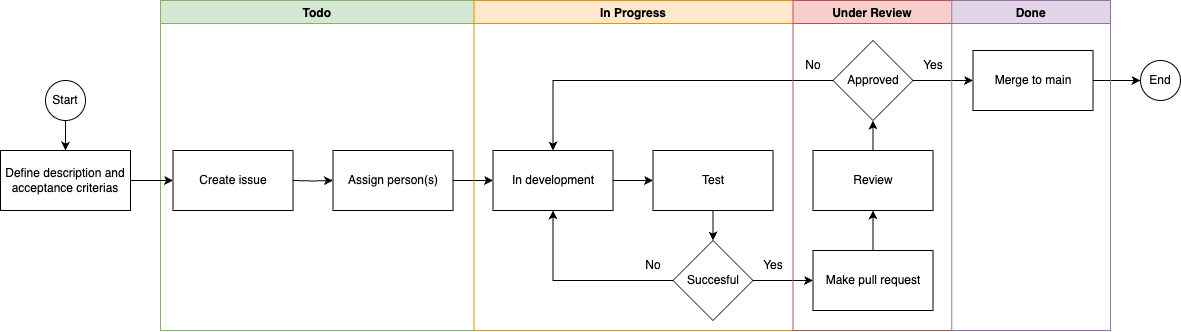
Before: docs/images/ProjectBoard.png, a diagram exported from draw.io (ITU-BDSA2024-GROUP2/Chirp). Source tidied: cells renumbered, new cells last; positions are measured from the earlier drawing's top-left corner, leaving out a move shared by most shapes.
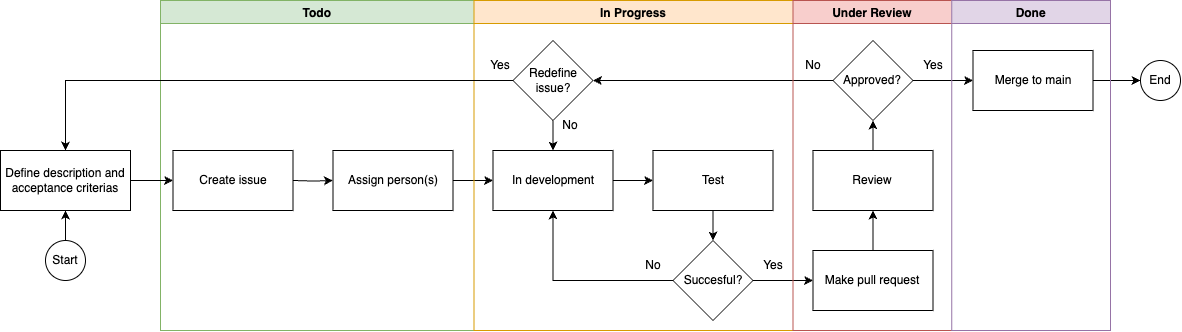
After the commit.

What changed in the source:
```diff
@@ -52,7 +52,7 @@
     <mxCell id="17" style="edgeStyle=orthogonalEdgeStyle;rounded=0;jettySize=auto;html=1;exitX=1;exitY=0.5;exitDx=0;exitDy=0;entryX=0;entryY=0.5;entryDx=0;entryDy=0;" parent="1" edge="1" source="18" target="9">
       <mxGeometry relative="1" as="geometry" />
     </mxCell>
-    <mxCell id="18" value="Succesful" style="rhombus;whiteSpace=wrap;html=1;" parent="1" vertex="1">
+    <mxCell id="18" value="Succesful?" style="rhombus;whiteSpace=wrap;html=1;" parent="1" vertex="1">
       <mxGeometry x="672.5" y="240" width="80" height="80" as="geometry" />
     </mxCell>
     <mxCell id="19" value="No" style="text;html=1;align=center;verticalAlign=middle;whiteSpace=wrap;rounded=0;" parent="1" vertex="1">
@@ -64,10 +64,10 @@
     <mxCell id="21" style="edgeStyle=orthogonalEdgeStyle;rounded=0;jettySize=auto;html=1;exitX=1;exitY=0.5;exitDx=0;exitDy=0;entryX=0;entryY=0.5;entryDx=0;entryDy=0;" parent="1" edge="1" source="23" target="13">
       <mxGeometry relative="1" as="geometry" />
     </mxCell>
-    <mxCell id="22" style="edgeStyle=orthogonalEdgeStyle;rounded=0;jettySize=auto;html=1;exitX=0;exitY=0.5;exitDx=0;exitDy=0;entryX=0.5;entryY=0;entryDx=0;entryDy=0;" parent="1" edge="1" source="23" target="7">
-      <mxGeometry relative="1" as="geometry" />
-    </mxCell>
+    <mxCell id="35" style="edgeStyle=orthogonalEdgeStyle;rounded=0;jettySize=auto;html=1;exitX=0;exitY=0.5;exitDx=0;exitDy=0;entryX=1;entryY=0.5;entryDx=0;entryDy=0;" parent="1" edge="1" source="23" target="36">
+      <mxGeometry relative="1" as="geometry" />
+    </mxCell>
-    <mxCell id="23" value="Approved" style="rhombus;whiteSpace=wrap;html=1;" parent="1" vertex="1">
+    <mxCell id="23" value="Approved?" style="rhombus;whiteSpace=wrap;html=1;" parent="1" vertex="1">
       <mxGeometry x="832.5" y="40" width="80" height="80" as="geometry" />
     </mxCell>
     <mxCell id="24" value="No" style="text;html=1;align=center;verticalAlign=middle;whiteSpace=wrap;rounded=0;" parent="1" vertex="1">
@@ -82,6 +82,15 @@
     <mxCell id="27" value="In Progress" style="swimlane;fillColor=#ffe6cc;strokeColor=#d79b00;" parent="1" vertex="1">
       <mxGeometry x="473.5" width="319" height="330" as="geometry" />
     </mxCell>
+    <mxCell id="36" value="Redefine issue?" style="rhombus;whiteSpace=wrap;html=1;" parent="27" vertex="1">
+      <mxGeometry x="39" y="40" width="80" height="80" as="geometry" />
+    </mxCell>
+    <mxCell id="37" value="No" style="text;html=1;align=center;verticalAlign=middle;whiteSpace=wrap;rounded=0;" parent="27" vertex="1">
+      <mxGeometry x="66.5" y="110" width="60" height="30" as="geometry" />
+    </mxCell>
+    <mxCell id="38" value="Yes" style="text;html=1;align=center;verticalAlign=middle;whiteSpace=wrap;rounded=0;" parent="27" vertex="1">
+      <mxGeometry x="-3.5" y="50" width="60" height="30" as="geometry" />
+    </mxCell>
     <mxCell id="28" value="Under Review" style="swimlane;fillColor=#f8cecc;strokeColor=#b85450;" parent="1" vertex="1">
       <mxGeometry x="792.5" width="158.8" height="330" as="geometry" />
     </mxCell>
@@ -94,14 +103,20 @@
     <mxCell id="31" value="Define description and acceptance criterias" style="rounded=0;whiteSpace=wrap;html=1;" parent="1" vertex="1">
       <mxGeometry y="150" width="130" height="60" as="geometry" />
     </mxCell>
-    <mxCell id="32" style="edgeStyle=orthogonalEdgeStyle;rounded=0;jettySize=auto;html=1;exitX=0.5;exitY=1;exitDx=0;exitDy=0;entryX=0.5;entryY=0;entryDx=0;entryDy=0;" parent="1" edge="1" source="33" target="31">
+    <mxCell id="32" style="edgeStyle=orthogonalEdgeStyle;rounded=0;jettySize=auto;html=1;exitX=0.5;exitY=0;exitDx=0;exitDy=0;entryX=0.5;entryY=1;entryDx=0;entryDy=0;" parent="1" edge="1" source="33" target="31">
       <mxGeometry relative="1" as="geometry" />
     </mxCell>
     <mxCell id="33" value="Start" style="ellipse;whiteSpace=wrap;html=1;" parent="1" vertex="1">
-      <mxGeometry x="45" y="80" width="40" height="40" as="geometry" />
+      <mxGeometry x="45" y="240" width="40" height="40" as="geometry" />
     </mxCell>
     <mxCell id="34" value="End" style="ellipse;whiteSpace=wrap;html=1;" parent="1" vertex="1">
       <mxGeometry x="1140" y="60" width="40" height="40" as="geometry" />
     </mxCell>
+    <mxCell id="39" style="edgeStyle=orthogonalEdgeStyle;rounded=0;jettySize=auto;html=1;exitX=0.5;exitY=1;exitDx=0;exitDy=0;entryX=0.5;entryY=0;entryDx=0;entryDy=0;" parent="1" edge="1" source="36" target="7">
+      <mxGeometry relative="1" as="geometry" />
+    </mxCell>
+    <mxCell id="40" style="edgeStyle=orthogonalEdgeStyle;rounded=0;jettySize=auto;html=1;exitX=0;exitY=0.5;exitDx=0;exitDy=0;entryX=0.5;entryY=0;entryDx=0;entryDy=0;" parent="1" edge="1" source="36" target="31">
+      <mxGeometry relative="1" as="geometry" />
+    </mxCell>
   </root>
 </mxGraphModel>
```
